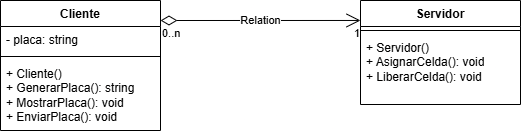
The draw.io diagram umlParqueadero.png in Srzlays/Parking-lot----Dynamic-Libraries, before a commit. Source tidied: cells renumbered, new cells last; positions are measured from the earlier drawing's top-left corner, leaving out a move shared by most shapes.
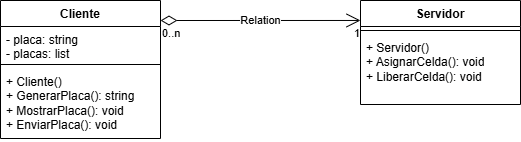
Above is the later version.

Commit message:
correccion multiples placas

Change to the diagram source:
```diff
@@ -23,16 +23,16 @@
       <mxGeometry x="1" relative="1" as="geometry" />
     </mxCell>
     <mxCell id="8" value="Cliente" style="swimlane;fontStyle=1;align=center;verticalAlign=top;horizontal=1;startSize=26;whiteSpace=wrap;html=1;" parent="1" vertex="1">
-      <mxGeometry width="160" height="130" as="geometry" />
+      <mxGeometry width="160" height="138" as="geometry" />
     </mxCell>
-    <mxCell id="9" value="- placa: string" style="text;strokeColor=none;fillColor=none;align=left;verticalAlign=top;spacingLeft=4;spacingRight=4;overflow=hidden;whiteSpace=wrap;html=1;" parent="8" vertex="1">
-      <mxGeometry y="26" width="160" height="26" as="geometry" />
+    <mxCell id="9" value="- placa: string&lt;div&gt;- placas: list&lt;/div&gt;" style="text;strokeColor=none;fillColor=none;align=left;verticalAlign=top;spacingLeft=4;spacingRight=4;overflow=hidden;whiteSpace=wrap;html=1;" parent="8" vertex="1">
+      <mxGeometry y="26" width="160" height="34" as="geometry" />
     </mxCell>
     <mxCell id="10" style="line;strokeWidth=1;fillColor=none;align=left;verticalAlign=middle;spacingTop=-1;spacingLeft=3;spacingRight=3;labelPosition=right;strokeColor=inherit;" parent="8" vertex="1">
-      <mxGeometry y="52" width="160" height="8" as="geometry" />
+      <mxGeometry y="60" width="160" height="8" as="geometry" />
     </mxCell>
     <mxCell id="11" value="+ Cliente()&lt;div&gt;+ GenerarPlaca(): string&lt;/div&gt;&lt;div&gt;+ MostrarPlaca(): void&lt;/div&gt;&lt;div&gt;+ EnviarPlaca(): void&lt;/div&gt;&lt;div&gt;&lt;br&gt;&lt;/div&gt;&lt;div&gt;&lt;br&gt;&lt;/div&gt;" style="text;strokeColor=none;fillColor=none;align=left;verticalAlign=top;spacingLeft=4;spacingRight=4;overflow=hidden;whiteSpace=wrap;html=1;" parent="8" vertex="1">
-      <mxGeometry y="60" width="160" height="70" as="geometry" />
+      <mxGeometry y="68" width="160" height="70" as="geometry" />
     </mxCell>
   </root>
 </mxGraphModel>
```
